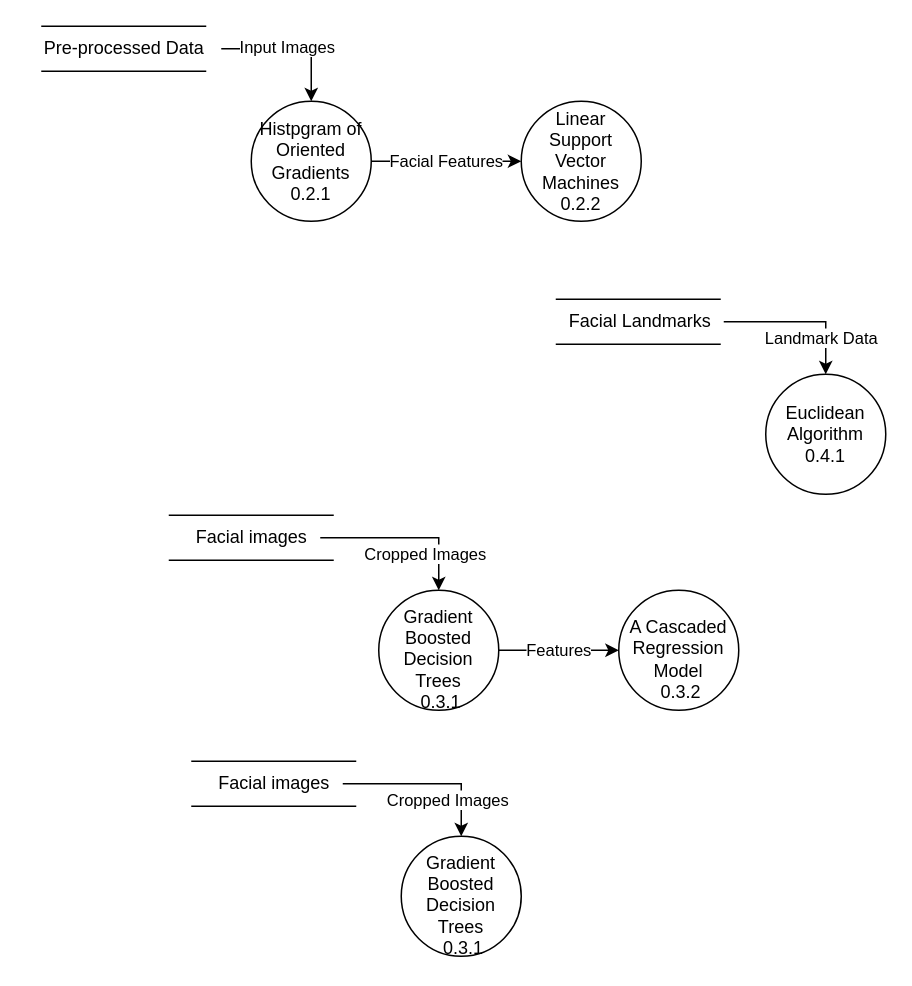
347115683/Diagram keeps this draw.io diagram as Untitled Diagram.drawio. Above is the earlier version. Source tidied: cells renumbered, new cells numbered last; positions are measured from the earlier drawing's top-left corner, leaving out a move shared by most shapes. Both pictures are drawn from the tidied source at 150%, with x=0, y=0 at pixel (26, 26).
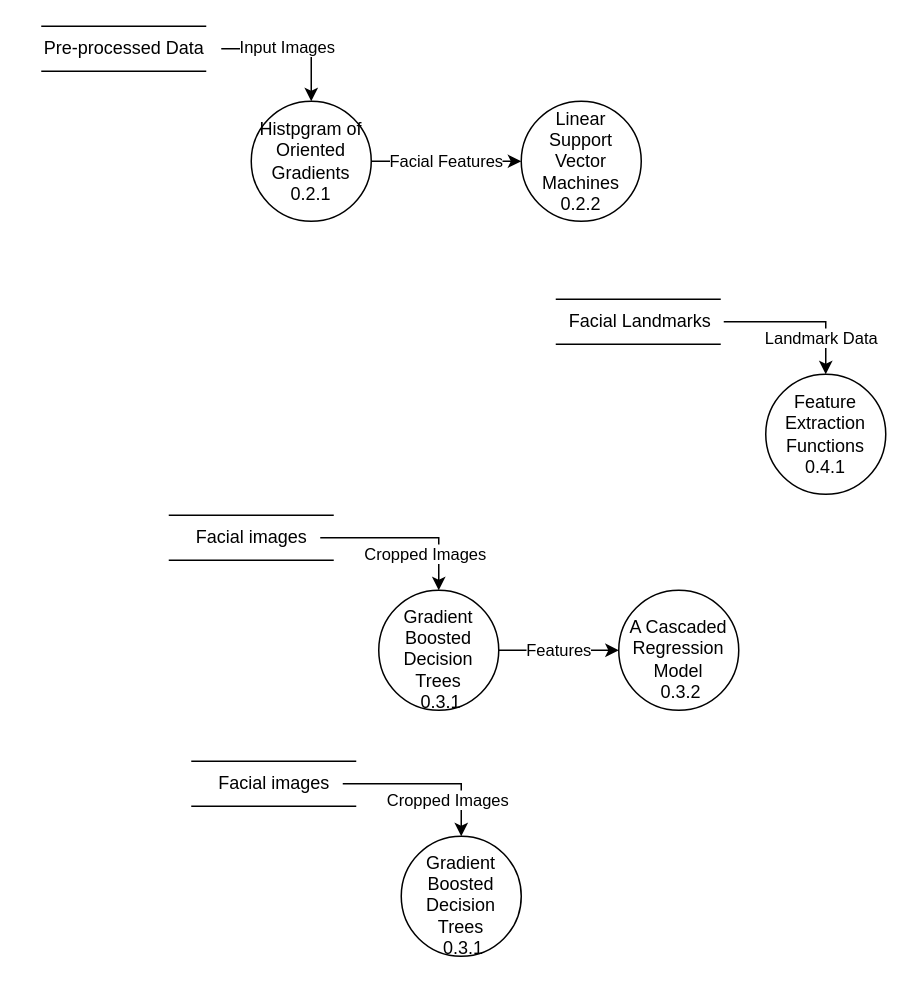
Above is the later version.

Change to the diagram source:
```diff
@@
-    <mxCell id="17" value="Euclidean Algorithm&lt;br&gt;0.4.1" style="ellipse;whiteSpace=wrap;html=1;" parent="1" vertex="1">
+    <mxCell id="17" value="Feature Extraction Functions&lt;br&gt;0.4.1" style="ellipse;whiteSpace=wrap;html=1;" parent="1" vertex="1">
       <mxGeometry x="493" y="232" width="80" height="80" as="geometry" />
     </mxCell>
```
